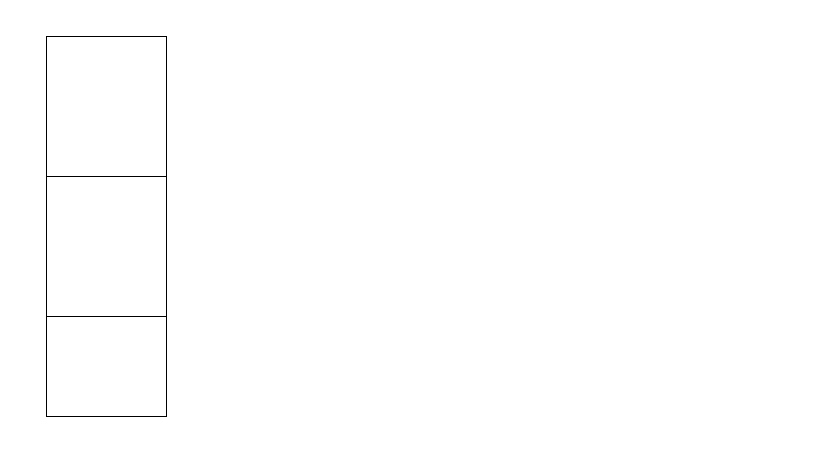
Above: drawio/auto-migration.drawio in lqlspace/doc (draw.io), before the change. Source tidied: cells renumbered, new cells numbered last; positions are measured from the earlier drawing's top-left corner, leaving out a move shared by most shapes. Both pictures are drawn from the tidied source at 100%, with x=0, y=0 at pixel (46, 36).
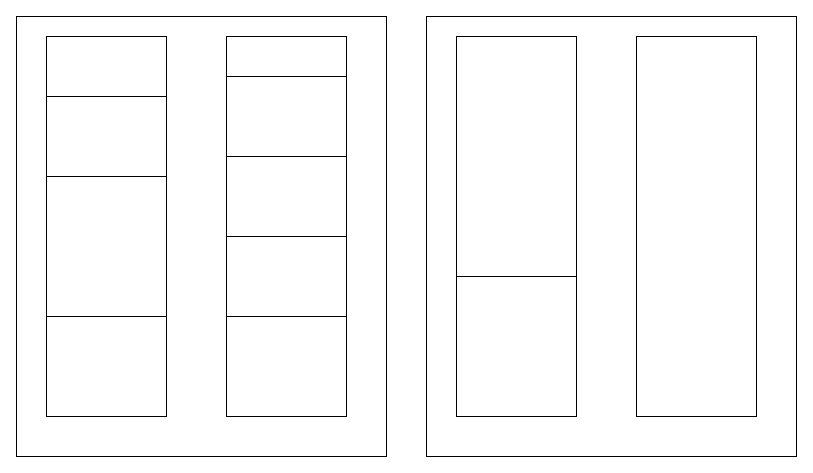
After the change.

Change to the diagram source:
```diff
@@
 <mxGraphModel>
   <root>
     <mxCell id="0" />
     <mxCell id="1" parent="0" />
+    <mxCell id="5" style="rounded=0;whiteSpace=wrap;html=1;" parent="1" vertex="1">
+      <mxGeometry x="380" y="-20" width="370" height="440" as="geometry" />
+    </mxCell>
+    <mxCell id="6" style="rounded=0;whiteSpace=wrap;html=1;" parent="1" vertex="1">
+      <mxGeometry x="-30" y="-20" width="370" height="440" as="geometry" />
+    </mxCell>
     <mxCell id="2" style="rounded=0;whiteSpace=wrap;html=1;" parent="1" vertex="1">
       <mxGeometry width="120" height="380" as="geometry" />
     </mxCell>
     <mxCell id="3" style="rounded=0;whiteSpace=wrap;html=1;" parent="1" vertex="1">
       <mxGeometry y="280" width="120" height="100" as="geometry" />
     </mxCell>
     <mxCell id="4" style="rounded=0;whiteSpace=wrap;html=1;" parent="1" vertex="1">
       <mxGeometry y="140" width="120" height="140" as="geometry" />
     </mxCell>
+    <mxCell id="7" style="rounded=0;whiteSpace=wrap;html=1;" parent="1" vertex="1">
+      <mxGeometry y="60" width="120" height="80" as="geometry" />
+    </mxCell>
+    <mxCell id="8" style="rounded=0;whiteSpace=wrap;html=1;" parent="1" vertex="1">
+      <mxGeometry x="180" width="120" height="380" as="geometry" />
+    </mxCell>
+    <mxCell id="9" style="rounded=0;whiteSpace=wrap;html=1;" parent="1" vertex="1">
+      <mxGeometry x="180" y="280" width="120" height="100" as="geometry" />
+    </mxCell>
+    <mxCell id="10" style="rounded=0;whiteSpace=wrap;html=1;" parent="1" vertex="1">
+      <mxGeometry x="410" width="120" height="380" as="geometry" />
+    </mxCell>
+    <mxCell id="11" style="rounded=0;whiteSpace=wrap;html=1;" parent="1" vertex="1">
+      <mxGeometry x="590" width="120" height="380" as="geometry" />
+    </mxCell>
+    <mxCell id="12" style="rounded=0;whiteSpace=wrap;html=1;" parent="1" vertex="1">
+      <mxGeometry x="180" y="200" width="120" height="80" as="geometry" />
+    </mxCell>
+    <mxCell id="13" style="rounded=0;whiteSpace=wrap;html=1;" parent="1" vertex="1">
+      <mxGeometry x="180" y="120" width="120" height="80" as="geometry" />
+    </mxCell>
+    <mxCell id="14" style="rounded=0;whiteSpace=wrap;html=1;" parent="1" vertex="1">
+      <mxGeometry x="410" y="240" width="120" height="140" as="geometry" />
+    </mxCell>
+    <mxCell id="15" style="rounded=0;whiteSpace=wrap;html=1;" parent="1" vertex="1">
+      <mxGeometry x="180" y="40" width="120" height="80" as="geometry" />
+    </mxCell>
   </root>
 </mxGraphModel>
```
